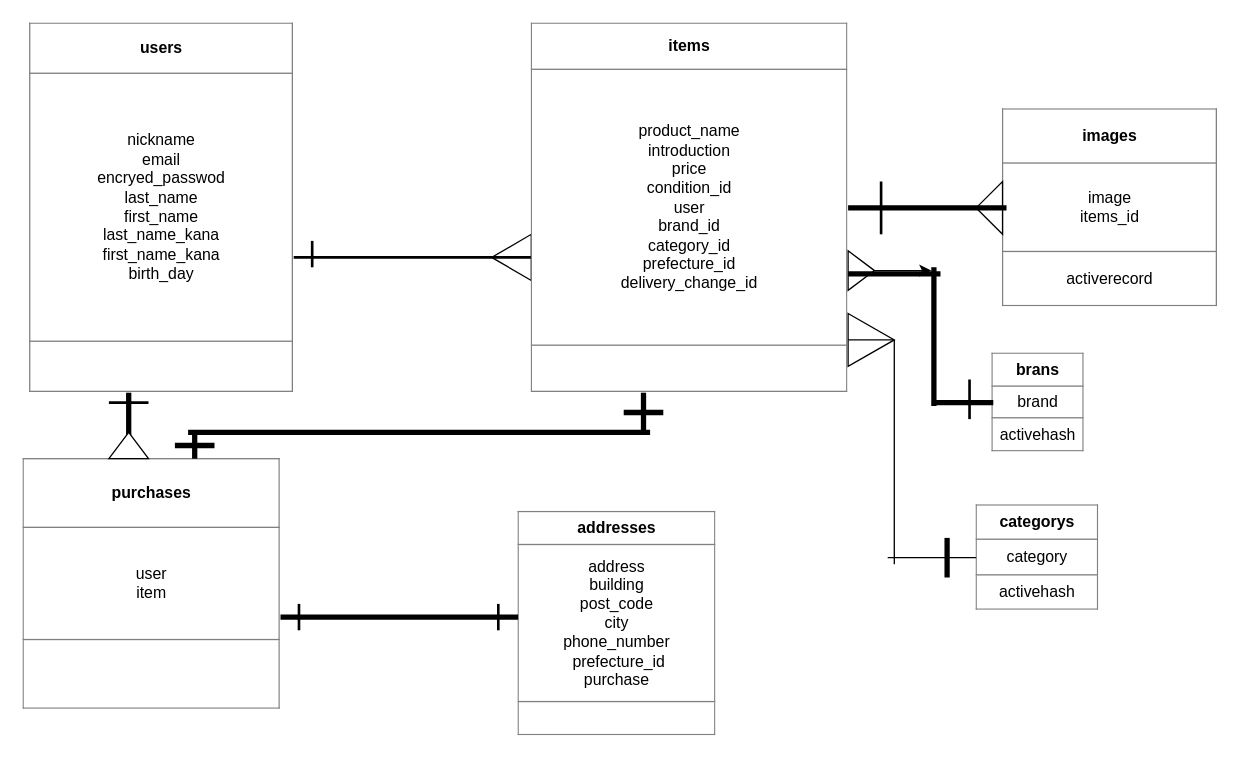
psycoprogram0832/furima-37824 keeps this draw.io diagram as frima_er.dio. Above is the earlier version. Source tidied: cells renumbered, new cells numbered last; positions are measured from the earlier drawing's top-left corner, leaving out a move shared by most shapes. Both pictures are drawn from the tidied source at 132%, with x=0, y=0 at pixel (22, 22).
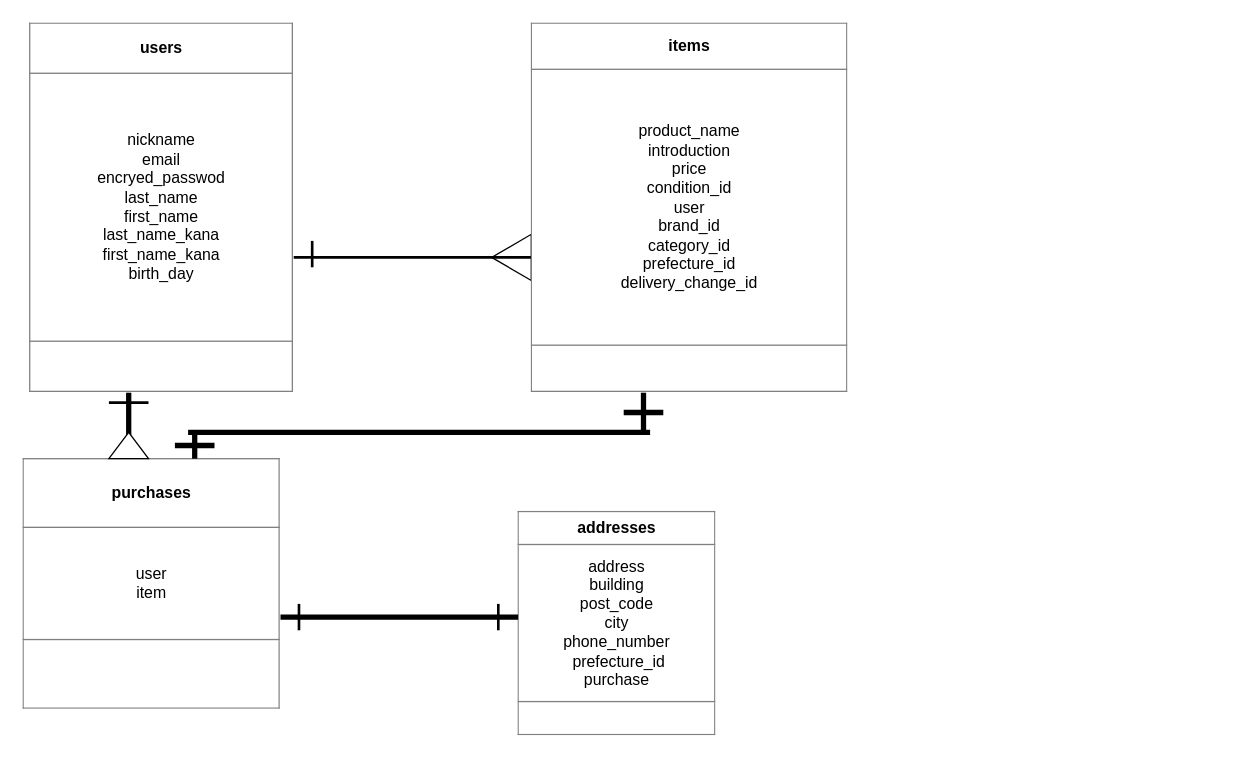
Above is the later version.

Change to the diagram source:
```diff
@@
-    <mxCell id="2" style="triangle;whiteSpace=wrap;html=1;" parent="1" vertex="1">
-      <mxGeometry x="625" y="172.5" width="20" height="30" as="geometry" />
-    </mxCell>
@@
-    <mxCell id="6" value="&lt;table border=&quot;1&quot; width=&quot;100%&quot; cellpadding=&quot;4&quot; style=&quot;width: 100% ; height: 100% ; border-collapse: collapse&quot;&gt;&lt;tbody&gt;&lt;tr&gt;&lt;th align=&quot;center&quot;&gt;categorys&lt;/th&gt;&lt;/tr&gt;&lt;tr&gt;&lt;td align=&quot;center&quot;&gt;category&lt;/td&gt;&lt;/tr&gt;&lt;tr&gt;&lt;td align=&quot;center&quot;&gt;activehash&lt;/td&gt;&lt;/tr&gt;&lt;/tbody&gt;&lt;/table&gt;" style="text;html=1;strokeColor=none;fillColor=none;overflow=fill;" parent="1" vertex="1">
-      <mxGeometry x="722" y="365" width="93" height="80" as="geometry" />
-    </mxCell>
@@
-    <mxCell id="9" style="triangle;whiteSpace=wrap;html=1;direction=east;" parent="1" vertex="1">
-      <mxGeometry x="625" y="220" width="35" height="40" as="geometry" />
-    </mxCell>
-    <mxCell id="10" style="endArrow=none;html=1;exitX=0;exitY=0.5;exitDx=0;exitDy=0;entryX=1;entryY=0.5;entryDx=0;entryDy=0;" parent="1" edge="1" source="9" target="9">
-      <mxGeometry relative="1" as="geometry" />
-    </mxCell>
-    <mxCell id="11" value="&lt;table border=&quot;1&quot; width=&quot;100%&quot; cellpadding=&quot;4&quot; style=&quot;width: 100% ; height: 100% ; border-collapse: collapse&quot;&gt;&lt;tbody&gt;&lt;tr&gt;&lt;th align=&quot;center&quot;&gt;images&lt;/th&gt;&lt;/tr&gt;&lt;tr&gt;&lt;td align=&quot;center&quot;&gt;image&lt;br&gt;items_id&lt;br&gt;&lt;/td&gt;&lt;/tr&gt;&lt;tr&gt;&lt;td align=&quot;center&quot;&gt;activerecord&lt;/td&gt;&lt;/tr&gt;&lt;/tbody&gt;&lt;/table&gt;" style="text;html=1;strokeColor=none;fillColor=none;overflow=fill;" parent="1" vertex="1">
-      <mxGeometry x="742" y="65" width="163" height="150" as="geometry" />
-    </mxCell>
-    <mxCell id="12" style="triangle;whiteSpace=wrap;html=1;direction=west;" parent="1" vertex="1">
-      <mxGeometry x="722" y="120" width="20" height="40" as="geometry" />
-    </mxCell>
-    <mxCell id="13" style="line;strokeWidth=4;html=1;perimeter=backbonePerimeter;" parent="1" vertex="1">
-      <mxGeometry x="625" y="135" width="120" height="10" as="geometry" />
-    </mxCell>
-    <mxCell id="14" style="line;strokeWidth=2;html=1;direction=south;" parent="1" vertex="1">
-      <mxGeometry x="645" y="120" width="10" height="40" as="geometry" />
-    </mxCell>
-    <mxCell id="15" style="endArrow=none;html=1;startArrow=none;" parent="1" edge="1">
-      <mxGeometry relative="1" as="geometry">
-        <mxPoint x="655" y="405" as="sourcePoint" />
-        <mxPoint x="722" y="405" as="targetPoint" />
-      </mxGeometry>
-    </mxCell>
-    <mxCell id="16" style="endArrow=none;html=1;exitX=1;exitY=0.5;exitDx=0;exitDy=0;" parent="1" edge="1" source="9">
-      <mxGeometry relative="1" as="geometry">
-        <mxPoint x="660" y="410" as="targetPoint" />
-      </mxGeometry>
-    </mxCell>
-    <mxCell id="17" style="line;strokeWidth=4;direction=south;html=1;perimeter=backbonePerimeter;" parent="1" vertex="1">
-      <mxGeometry x="695" y="390" width="10" height="30" as="geometry" />
-    </mxCell>
-    <mxCell id="18" value="&lt;table border=&quot;1&quot; width=&quot;100%&quot; cellpadding=&quot;4&quot; style=&quot;width: 100% ; height: 100% ; border-collapse: collapse&quot;&gt;&lt;tbody&gt;&lt;tr&gt;&lt;th align=&quot;center&quot;&gt;brans&lt;/th&gt;&lt;/tr&gt;&lt;tr&gt;&lt;td align=&quot;center&quot;&gt;brand&lt;/td&gt;&lt;/tr&gt;&lt;tr&gt;&lt;td align=&quot;center&quot;&gt;activehash&lt;/td&gt;&lt;/tr&gt;&lt;/tbody&gt;&lt;/table&gt;" style="text;html=1;strokeColor=none;fillColor=none;overflow=fill;" parent="1" vertex="1">
-      <mxGeometry x="733.5" y="250" width="70" height="75" as="geometry" />
-    </mxCell>
-    <mxCell id="19" style="line;strokeWidth=4;html=1;perimeter=backbonePerimeter;" parent="1" vertex="1">
-      <mxGeometry x="625" y="185" width="70" height="10" as="geometry" />
-    </mxCell>
-    <mxCell id="20" style="line;strokeWidth=4;direction=south;html=1;perimeter=backbonePerimeter;points=[];outlineConnect=0;" parent="1" vertex="1">
-      <mxGeometry x="685" y="185" width="10" height="105" as="geometry" />
-    </mxCell>
-    <mxCell id="21" style="line;strokeWidth=4;html=1;perimeter=backbonePerimeter;" parent="1" vertex="1">
-      <mxGeometry x="688.5" y="282.5" width="46.5" height="10" as="geometry" />
-    </mxCell>
-    <mxCell id="22" style="edgeStyle=none;html=1;" parent="1" edge="1" source="2" target="20">
-      <mxGeometry relative="1" as="geometry" />
-    </mxCell>
-    <mxCell id="23" style="line;strokeWidth=2;html=1;direction=south;" parent="1" vertex="1">
-      <mxGeometry x="712" y="270" width="10" height="30" as="geometry" />
-    </mxCell>
```
